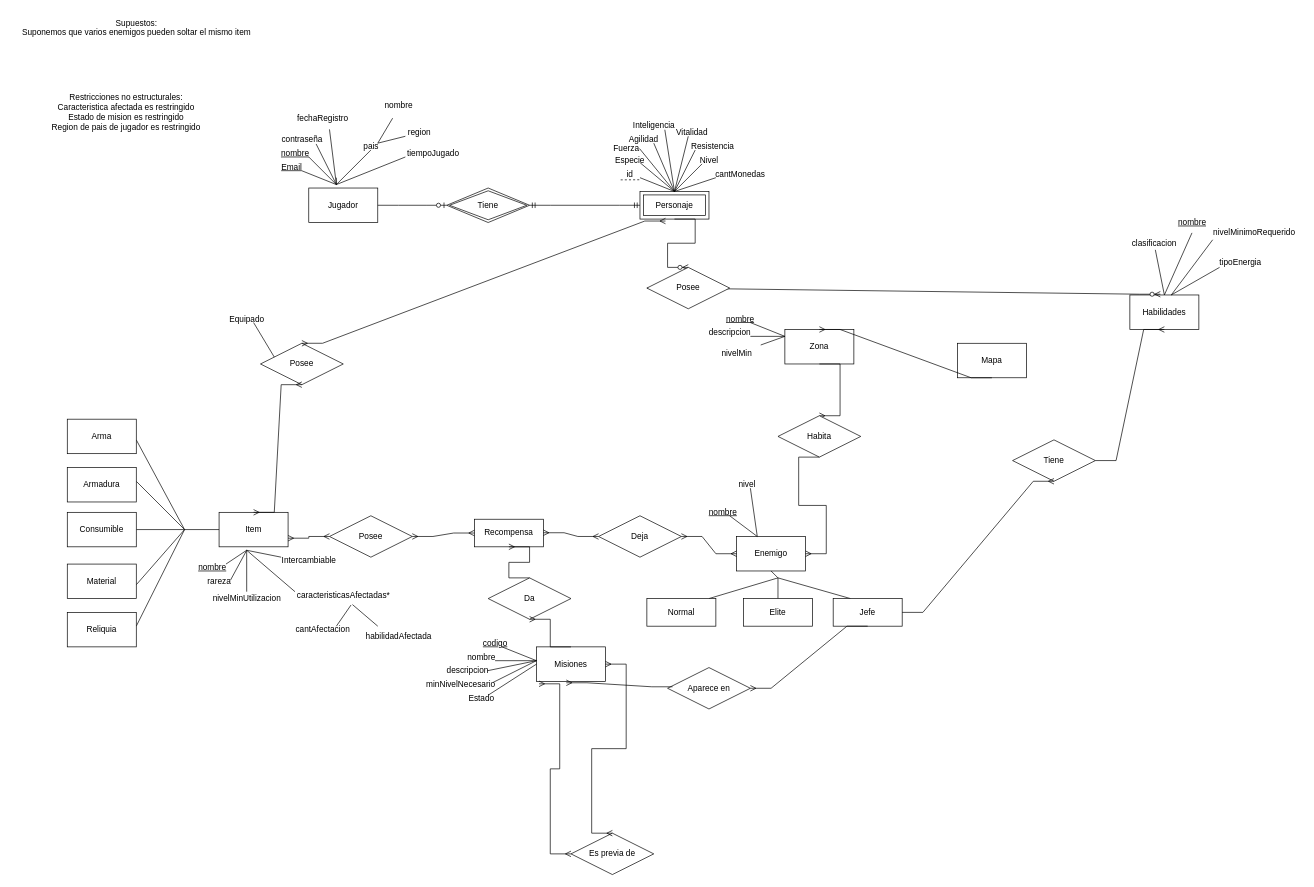
The draw.io diagram Parte1.drawio in MartinAlonsoo/Obligatorio1BD2, before the edit. Source tidied: cells renumbered, new cells numbered last; positions are measured from the earlier drawing's top-left corner, leaving out a move shared by most shapes. Both pictures are drawn from the tidied source at 69%, with x=0, y=0 at pixel (12, 12).
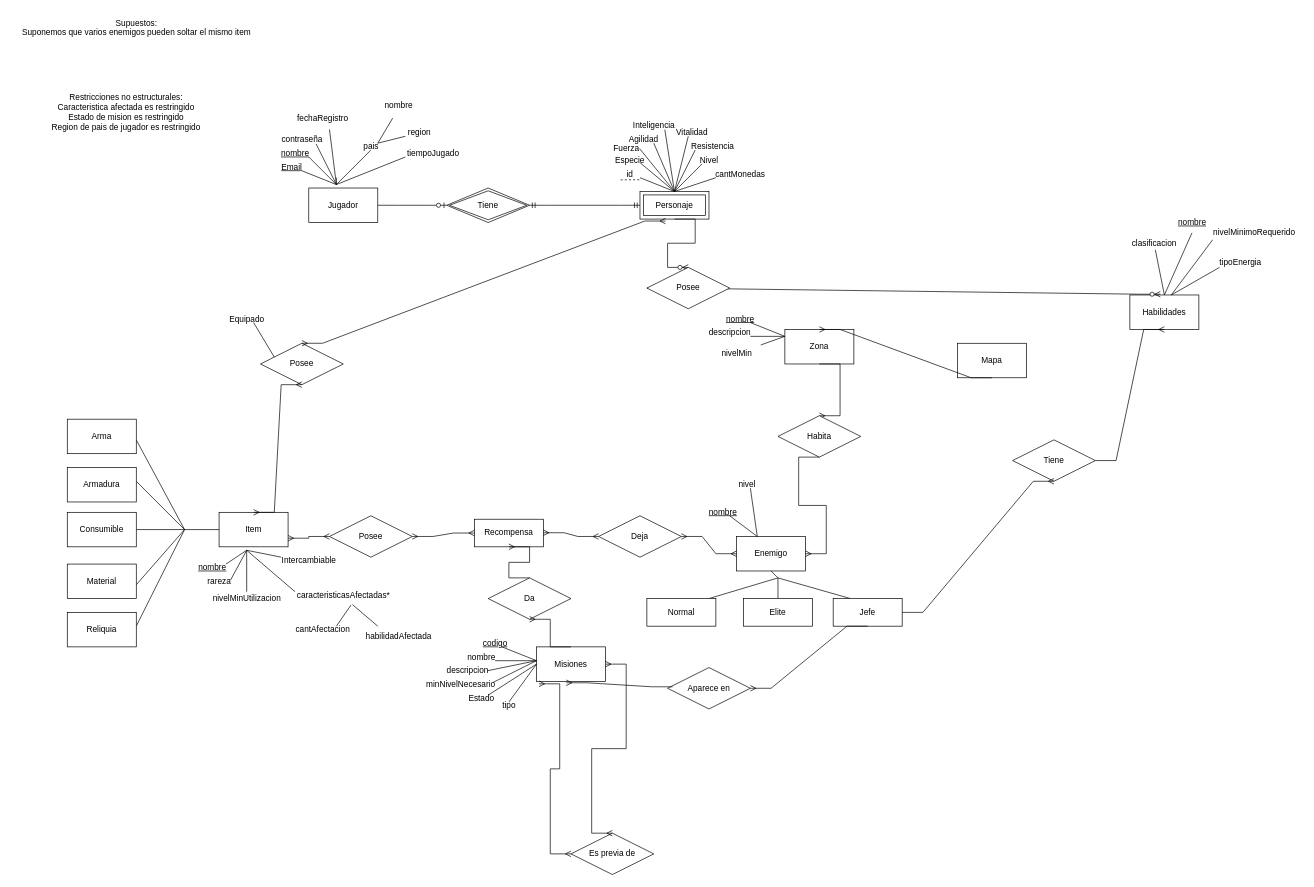
Above is the later version.

Commit message:
cambio mision

The change refers to these unchanged cells:
```xml
<mxCell id="25" value="Misiones" style="rounded=0;whiteSpace=wrap;html=1;" parent="1" vertex="1">
  <mxGeometry x="760" y="920" width="100" height="50" as="geometry" />
</mxCell>
```

Change to the diagram source:
```diff
@@
+    <mxCell id="126" style="endArrow=none;html=1;rounded=0;entryX=0;entryY=0.5;entryDx=0;entryDy=0;" parent="1" edge="1" target="25">
+      <mxGeometry relative="1" as="geometry">
+        <mxPoint x="720" y="1000" as="sourcePoint" />
+      </mxGeometry>
+    </mxCell>
+    <mxCell id="127" value="tipo" style="text;html=1;align=center;verticalAlign=middle;strokeColor=none;fillColor=none;" parent="1" vertex="1">
+      <mxGeometry x="700" y="990" width="40" height="30" as="geometry" />
+    </mxCell>
```
